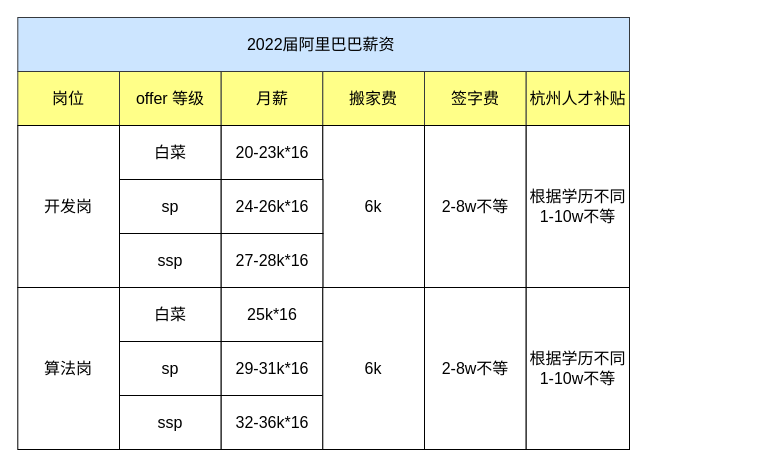
The draw.io diagram 杂/22届阿里巴巴.drawio in xiaolincoder/ImageHost4, before the edit. Source tidied: cells renumbered, new cells numbered last; positions are measured from the earlier drawing's top-left corner, leaving out a move shared by most shapes. Both pictures are drawn from the tidied source at 100%, with x=0, y=0 at pixel (17, 17).
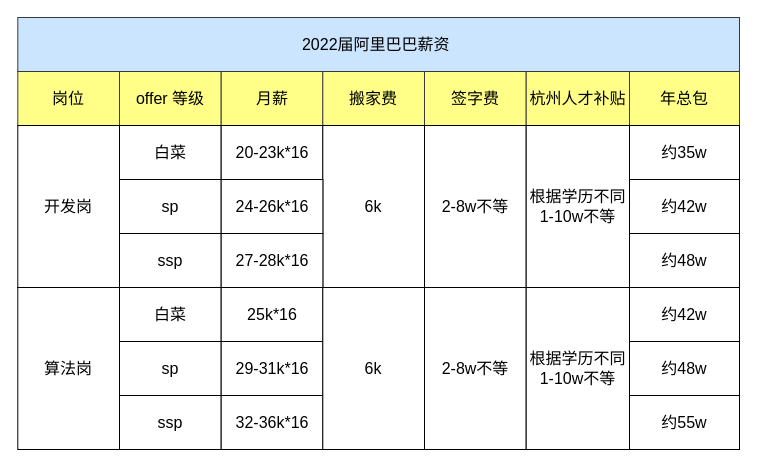
Above is the later version.

Commit message:
Update 22届阿里巴巴.drawio

Diff of the diagram source:
```diff
@@
     <mxCell id="2" value="2022届阿里巴巴薪资&amp;nbsp;" style="rounded=0;whiteSpace=wrap;html=1;fontSize=16;fillColor=#cce5ff;strokeColor=#36393d;" parent="1" vertex="1">
-      <mxGeometry x="0.3" width="611.7" height="54" as="geometry" />
+      <mxGeometry x="0.3" width="721.7" height="54" as="geometry" />
     </mxCell>
@@
+    <mxCell id="29" value="年总包" style="rounded=0;whiteSpace=wrap;html=1;fontSize=16;fillColor=#ffff88;strokeColor=#36393d;" parent="1" vertex="1">
+      <mxGeometry x="612" y="54" width="110" height="54" as="geometry" />
+    </mxCell>
+    <mxCell id="30" value="约35w" style="rounded=0;whiteSpace=wrap;html=1;fontSize=16;" parent="1" vertex="1">
+      <mxGeometry x="612" y="108" width="110" height="54" as="geometry" />
+    </mxCell>
+    <mxCell id="31" value="约42w" style="rounded=0;whiteSpace=wrap;html=1;fontSize=16;" parent="1" vertex="1">
+      <mxGeometry x="612" y="162" width="110" height="54" as="geometry" />
+    </mxCell>
+    <mxCell id="32" value="约48w" style="rounded=0;whiteSpace=wrap;html=1;fontSize=16;" parent="1" vertex="1">
+      <mxGeometry x="612" y="216" width="110" height="54" as="geometry" />
+    </mxCell>
+    <mxCell id="33" value="约42w" style="rounded=0;whiteSpace=wrap;html=1;fontSize=16;" parent="1" vertex="1">
+      <mxGeometry x="612" y="270" width="110" height="54" as="geometry" />
+    </mxCell>
+    <mxCell id="34" value="约48w" style="rounded=0;whiteSpace=wrap;html=1;fontSize=16;" parent="1" vertex="1">
+      <mxGeometry x="612" y="324" width="110" height="54" as="geometry" />
+    </mxCell>
+    <mxCell id="35" value="约55w" style="rounded=0;whiteSpace=wrap;html=1;fontSize=16;" parent="1" vertex="1">
+      <mxGeometry x="612" y="378" width="110" height="54" as="geometry" />
+    </mxCell>
```
